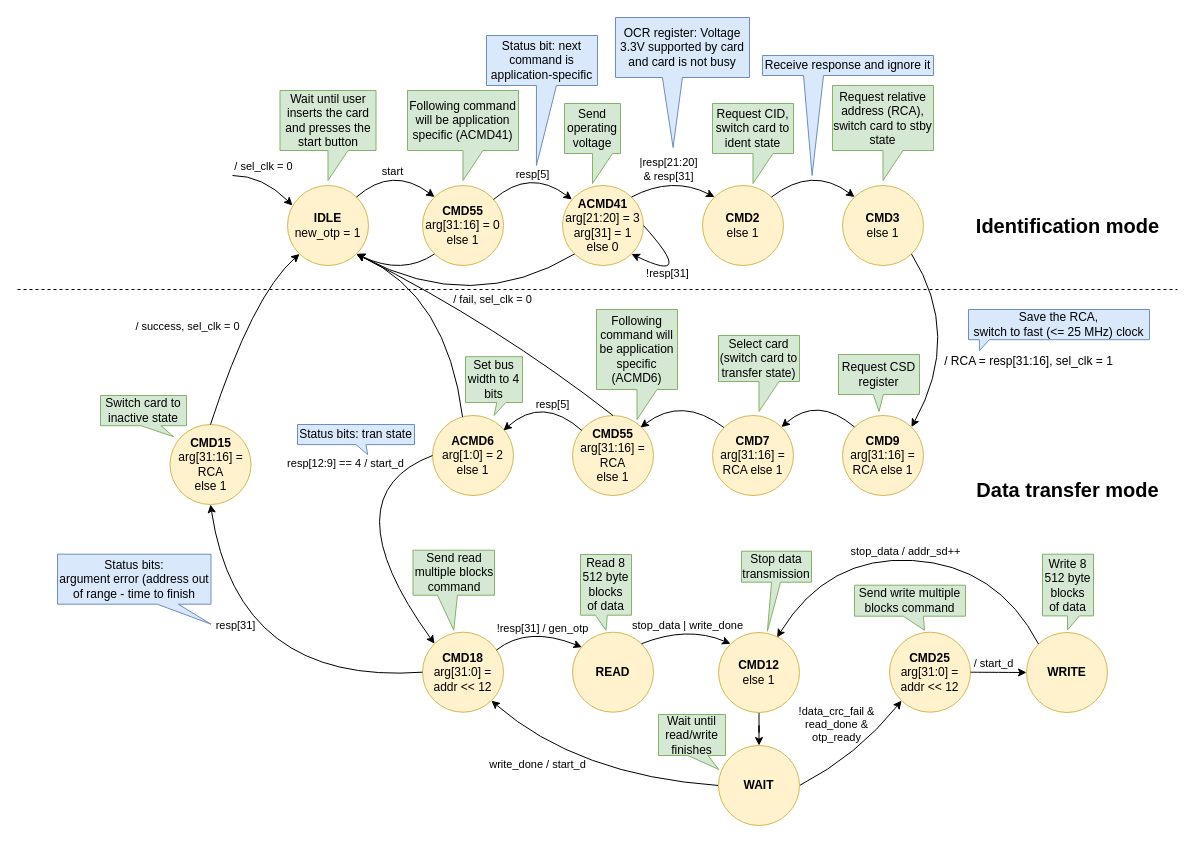
Before: docs/SD/SD_fpga_states.drawio in sirazenkov/GhostSD, a draw.io diagram. Source tidied: cells renumbered, new cells numbered last; positions are measured from the earlier drawing's top-left corner, leaving out a move shared by most shapes. Both pictures are drawn from the tidied source at 100%, with x=0, y=0 at pixel (17, 17).
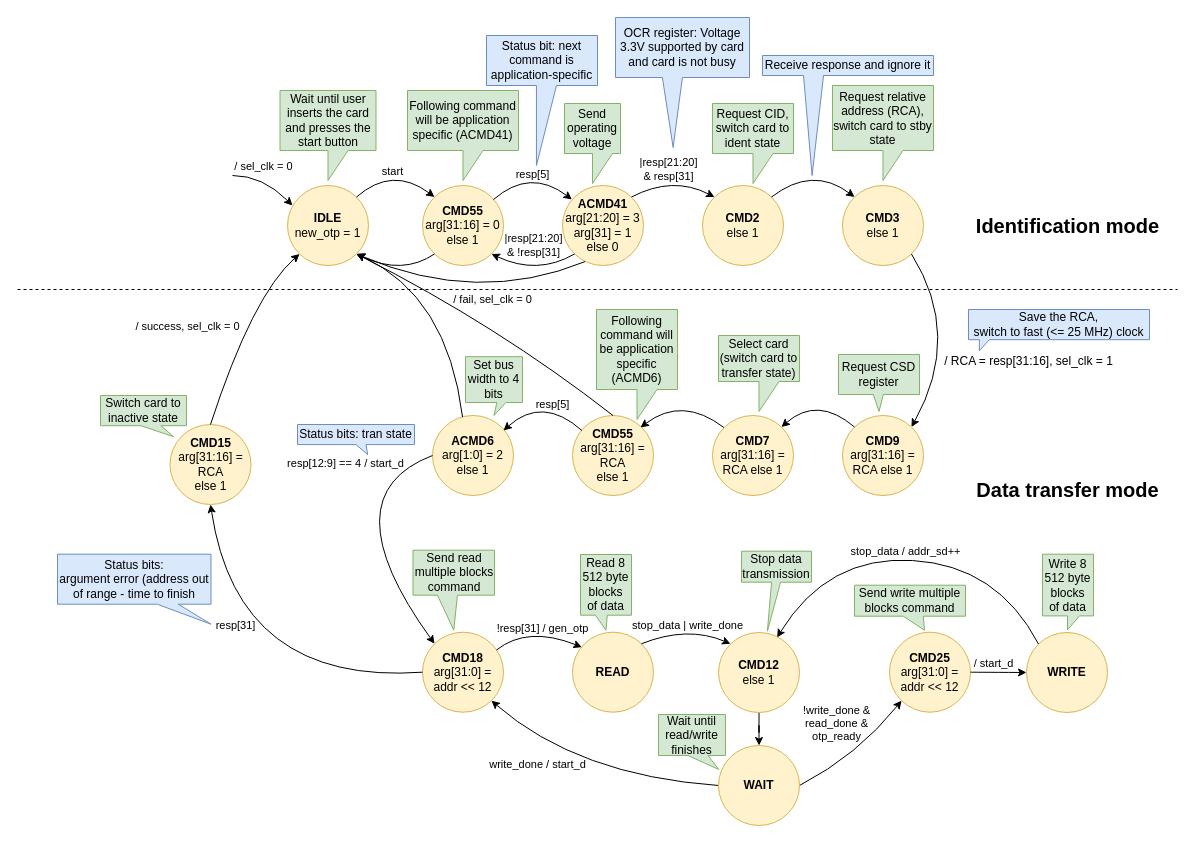
The same diagram, later.

Commit message (it also covers changes not shown here):
Corrected ACMD41 repeated command on the FSM diagram

Unchanged cells that the change refers to:
```xml
<mxCell id="2" value="&lt;b&gt;IDLE&lt;/b&gt;&lt;br&gt;new_otp = 1" style="ellipse;whiteSpace=wrap;html=1;fillColor=#fff2cc;strokeColor=#d6b656;" parent="1" vertex="1">
  <mxGeometry x="270" y="168" width="81" height="80" as="geometry" />
</mxCell>
<mxCell id="3" value="&lt;b&gt;CMD55&lt;br&gt;&lt;/b&gt;arg[31:16] = 0&lt;br&gt;else 1" style="ellipse;whiteSpace=wrap;html=1;fillColor=#fff2cc;strokeColor=#d6b656;" parent="1" vertex="1">
  <mxGeometry x="405" y="168" width="81" height="80" as="geometry" />
</mxCell>
<mxCell id="8" value="&lt;b&gt;ACMD41&lt;/b&gt;&lt;br&gt;arg[21:20] = 3&lt;br&gt;arg[31] = 1&lt;br&gt;else 0" style="ellipse;whiteSpace=wrap;html=1;fillColor=#fff2cc;strokeColor=#d6b656;" parent="1" vertex="1">
  <mxGeometry x="545" y="168" width="81" height="80" as="geometry" />
</mxCell>
<mxCell id="74" style="curved=1;endArrow=none;html=1;rounded=0;exitX=0;exitY=1;exitDx=0;exitDy=0;entryX=1;entryY=0.5;entryDx=0;entryDy=0;startArrow=classic;startFill=1;endFill=0;" parent="1" edge="1" source="28" target="82">
  <mxGeometry relative="1" as="geometry">
    <Array as="points">
      <mxPoint x="840" y="738" />
    </Array>
  </mxGeometry>
</mxCell>
```

What changed in the source:
```diff
@@
-    <mxCell id="14" style="curved=1;endArrow=classic;html=1;rounded=0;exitX=0;exitY=1;exitDx=0;exitDy=0;entryX=1;entryY=1;entryDx=0;entryDy=0;" parent="1" edge="1" source="8" target="2">
+    <mxCell id="14" style="curved=1;endArrow=classic;html=1;rounded=0;exitX=0.28;exitY=0.951;exitDx=0;exitDy=0;entryX=1;entryY=1;entryDx=0;entryDy=0;exitPerimeter=0;" parent="1" edge="1" source="8" target="2">
       <mxGeometry relative="1" as="geometry">
         <Array as="points">
-          <mxPoint x="455" y="298" />
+          <mxPoint x="460" y="288" />
         </Array>
       </mxGeometry>
     </mxCell>
@@
-    <mxCell id="69" style="curved=1;endArrow=classic;html=1;rounded=0;entryX=1;entryY=1;entryDx=0;entryDy=0;exitX=1;exitY=0.5;exitDx=0;exitDy=0;" parent="1" edge="1" source="8" target="8">
+    <mxCell id="69" style="curved=1;endArrow=classic;html=1;rounded=0;entryX=1;entryY=1;entryDx=0;entryDy=0;exitX=0;exitY=1;exitDx=0;exitDy=0;" parent="1" edge="1" source="8" target="3">
       <mxGeometry relative="1" as="geometry">
         <Array as="points">
-          <mxPoint x="680" y="268" />
+          <mxPoint x="520" y="258" />
         </Array>
       </mxGeometry>
     </mxCell>
-    <mxCell id="70" value="!resp[31]" style="edgeLabel;html=1;align=center;verticalAlign=middle;" parent="69" vertex="1">
+    <mxCell id="70" value="|resp[21:20] &lt;br&gt;&amp;amp; !resp[31]" style="edgeLabel;html=1;align=center;verticalAlign=middle;" parent="69" vertex="1">
       <mxGeometry x="0.34" y="-23" relative="1" as="geometry">
-        <mxPoint x="-20" y="18" as="offset" />
+        <mxPoint x="4" y="-1" as="offset" />
       </mxGeometry>
     </mxCell>
@@
-    <mxCell id="75" value="!data_crc_fail &amp;amp;&lt;br style=&quot;border-color: var(--border-color);&quot;&gt;read_done &amp;amp; &lt;br&gt;otp_ready" style="edgeLabel;html=1;align=center;verticalAlign=middle;labelBackgroundColor=none;" parent="74" vertex="1">
+    <mxCell id="75" value="!write_done &amp;amp;&lt;br style=&quot;border-color: var(--border-color);&quot;&gt;read_done &amp;amp; &lt;br&gt;otp_ready" style="edgeLabel;html=1;align=center;verticalAlign=middle;labelBackgroundColor=none;" parent="74" vertex="1">
       <mxGeometry x="-0.33" y="2" relative="1" as="geometry">
-        <mxPoint x="-39" y="-13" as="offset" />
+        <mxPoint x="-39" y="-14" as="offset" />
       </mxGeometry>
     </mxCell>
```
